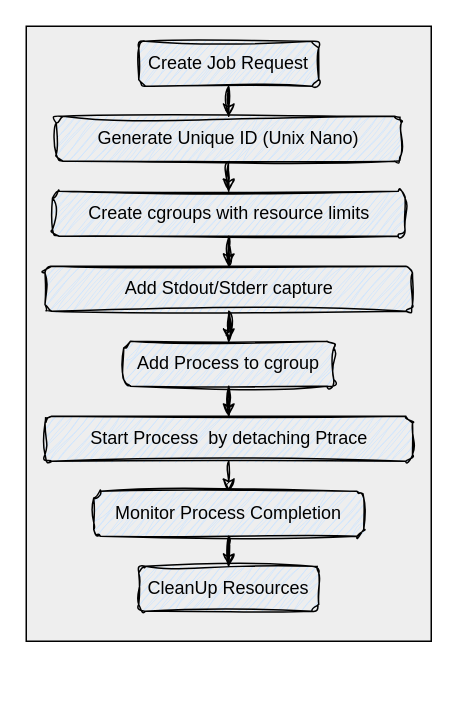
Earlier version of the draw.io diagram page "Job Lifecycle" (3 of 7) of docs/job-worker.drawio (ehsaniara/job-worker). Source tidied: cells renumbered, new cells numbered last; positions are measured from the earlier drawing's top-left corner, leaving out a move shared by most shapes. Both pictures are drawn from the tidied source at 150%, with x=0, y=0 at pixel (26, 26).
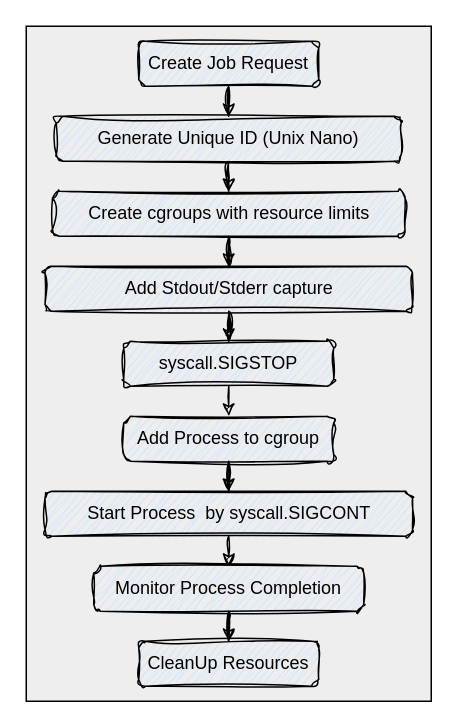
The same page after the edit.

Diff of the diagram source:
```diff
@@
 <mxGraphModel>
   <root>
     <mxCell id="0" />
     <mxCell id="1" parent="0" />
     <mxCell id="2" style="rounded=0;whiteSpace=wrap;html=1;fillColor=#eeeeee;strokeColor=#000000;fontColor=#000000;" parent="1" vertex="1">
-      <mxGeometry width="270" height="410" as="geometry" />
+      <mxGeometry width="270" height="450" as="geometry" />
     </mxCell>
     <mxCell id="3" style="edgeStyle=orthogonalEdgeStyle;rounded=0;jettySize=auto;html=1;fontColor=#000000;strokeColor=#000000;sketch=1;curveFitting=1;jiggle=2;" parent="1" edge="1" source="4" target="6">
       <mxGeometry relative="1" as="geometry" />
     </mxCell>
     <mxCell id="4" value="Create Job Request" style="rounded=1;whiteSpace=wrap;html=1;fillColor=#cce5ff;strokeColor=#000000;sketch=1;curveFitting=1;jiggle=2;fontColor=#000000;" parent="1" vertex="1">
       <mxGeometry x="75" y="10" width="120" height="30" as="geometry" />
     </mxCell>
     <mxCell id="5" style="edgeStyle=orthogonalEdgeStyle;rounded=0;jettySize=auto;html=1;fontColor=#000000;strokeColor=#000000;sketch=1;curveFitting=1;jiggle=2;" parent="1" edge="1" source="6" target="8">
       <mxGeometry relative="1" as="geometry" />
     </mxCell>
     <mxCell id="6" value="Generate&amp;nbsp;&lt;span style=&quot;background-color: transparent;&quot;&gt;Unique ID (Unix Nano)&lt;/span&gt;" style="rounded=1;whiteSpace=wrap;html=1;fillColor=#cce5ff;strokeColor=#000000;sketch=1;curveFitting=1;jiggle=2;fontColor=#000000;" parent="1" vertex="1">
       <mxGeometry x="20" y="60" width="230" height="30" as="geometry" />
     </mxCell>
     <mxCell id="7" style="edgeStyle=orthogonalEdgeStyle;rounded=0;jettySize=auto;html=1;fontColor=#000000;strokeColor=#000000;sketch=1;curveFitting=1;jiggle=2;" parent="1" edge="1" source="8" target="10">
       <mxGeometry relative="1" as="geometry" />
     </mxCell>
     <mxCell id="8" value="Create&amp;nbsp;&lt;span style=&quot;background-color: transparent;&quot;&gt;cgroups with resource&amp;nbsp;&lt;/span&gt;&lt;span style=&quot;background-color: transparent;&quot;&gt;limits&lt;/span&gt;" style="rounded=1;whiteSpace=wrap;html=1;fillColor=#cce5ff;strokeColor=#000000;sketch=1;curveFitting=1;jiggle=2;fontColor=#000000;" parent="1" vertex="1">
       <mxGeometry x="17.5" y="110" width="235" height="30" as="geometry" />
     </mxCell>
-    <mxCell id="9" style="edgeStyle=orthogonalEdgeStyle;rounded=0;jettySize=auto;html=1;fontColor=#000000;strokeColor=#000000;sketch=1;curveFitting=1;jiggle=2;" parent="1" edge="1" source="10" target="12">
+    <mxCell id="9" style="edgeStyle=orthogonalEdgeStyle;rounded=0;jettySize=auto;html=1;fontColor=#000000;strokeColor=#000000;sketch=1;curveFitting=1;jiggle=2;entryX=0.5;entryY=0;entryDx=0;entryDy=0;" parent="1" edge="1" source="10" target="19">
       <mxGeometry relative="1" as="geometry" />
     </mxCell>
     <mxCell id="10" value="Add Stdout/Stderr capture" style="rounded=1;whiteSpace=wrap;html=1;fillColor=#cce5ff;strokeColor=#000000;sketch=1;curveFitting=1;jiggle=2;fontColor=#000000;" parent="1" vertex="1">
       <mxGeometry x="12.5" y="160" width="245" height="30" as="geometry" />
     </mxCell>
     <mxCell id="11" style="edgeStyle=orthogonalEdgeStyle;rounded=0;jettySize=auto;html=1;fontColor=#000000;strokeColor=#000000;sketch=1;curveFitting=1;jiggle=2;entryX=0.5;entryY=0;entryDx=0;entryDy=0;" parent="1" edge="1" source="12" target="17">
       <mxGeometry relative="1" as="geometry" />
     </mxCell>
     <mxCell id="12" value="Add Process to cgroup" style="rounded=1;whiteSpace=wrap;html=1;fillColor=#cce5ff;strokeColor=#000000;sketch=1;curveFitting=1;jiggle=2;fontColor=#000000;" parent="1" vertex="1">
-      <mxGeometry x="65" y="210" width="140" height="30" as="geometry" />
+      <mxGeometry x="65" y="260" width="140" height="30" as="geometry" />
     </mxCell>
     <mxCell id="13" style="edgeStyle=orthogonalEdgeStyle;rounded=0;jettySize=auto;html=1;fontColor=#000000;strokeColor=#000000;sketch=1;curveFitting=1;jiggle=2;" parent="1" edge="1" source="14" target="15">
       <mxGeometry relative="1" as="geometry" />
     </mxCell>
     <mxCell id="14" value="Monitor Process Completion" style="rounded=1;whiteSpace=wrap;html=1;fillColor=#cce5ff;strokeColor=#000000;sketch=1;curveFitting=1;jiggle=2;fontColor=#000000;" parent="1" vertex="1">
-      <mxGeometry x="45" y="310" width="180" height="30" as="geometry" />
+      <mxGeometry x="45" y="360" width="180" height="30" as="geometry" />
     </mxCell>
     <mxCell id="15" value="CleanUp Resources" style="rounded=1;whiteSpace=wrap;html=1;fillColor=#cce5ff;strokeColor=#000000;sketch=1;curveFitting=1;jiggle=2;fontColor=#000000;" parent="1" vertex="1">
-      <mxGeometry x="75" y="360" width="120" height="30" as="geometry" />
+      <mxGeometry x="75" y="410" width="120" height="30" as="geometry" />
     </mxCell>
     <mxCell id="16" style="edgeStyle=orthogonalEdgeStyle;rounded=0;jettySize=auto;html=1;exitX=0.5;exitY=1;exitDx=0;exitDy=0;entryX=0.5;entryY=0;entryDx=0;entryDy=0;strokeColor=#000000;sketch=1;curveFitting=1;jiggle=2;" parent="1" edge="1" source="17" target="14">
       <mxGeometry relative="1" as="geometry" />
     </mxCell>
-    <mxCell id="17" value="Start Process&amp;nbsp; by detaching Ptrace" style="rounded=1;whiteSpace=wrap;html=1;fillColor=#cce5ff;strokeColor=#000000;sketch=1;curveFitting=1;jiggle=2;fontColor=#000000;" parent="1" vertex="1">
-      <mxGeometry x="12.5" y="260" width="245" height="30" as="geometry" />
+    <mxCell id="17" value="Start Process&amp;nbsp; by syscall.SIGCONT" style="rounded=1;whiteSpace=wrap;html=1;fillColor=#cce5ff;strokeColor=#000000;sketch=1;curveFitting=1;jiggle=2;fontColor=#000000;" parent="1" vertex="1">
+      <mxGeometry x="12.5" y="310" width="245" height="30" as="geometry" />
     </mxCell>
+    <mxCell id="18" style="edgeStyle=orthogonalEdgeStyle;rounded=0;jettySize=auto;html=1;exitX=0.5;exitY=1;exitDx=0;exitDy=0;entryX=0.5;entryY=0;entryDx=0;entryDy=0;strokeColor=#000000;sketch=1;curveFitting=1;jiggle=2;" parent="1" edge="1" source="19" target="12">
+      <mxGeometry relative="1" as="geometry" />
+    </mxCell>
+    <mxCell id="19" value="syscall.SIGSTOP" style="rounded=1;whiteSpace=wrap;html=1;fillColor=#cce5ff;strokeColor=#000000;sketch=1;curveFitting=1;jiggle=2;fontColor=#000000;" parent="1" vertex="1">
+      <mxGeometry x="65" y="210" width="140" height="30" as="geometry" />
+    </mxCell>
   </root>
 </mxGraphModel>
```
